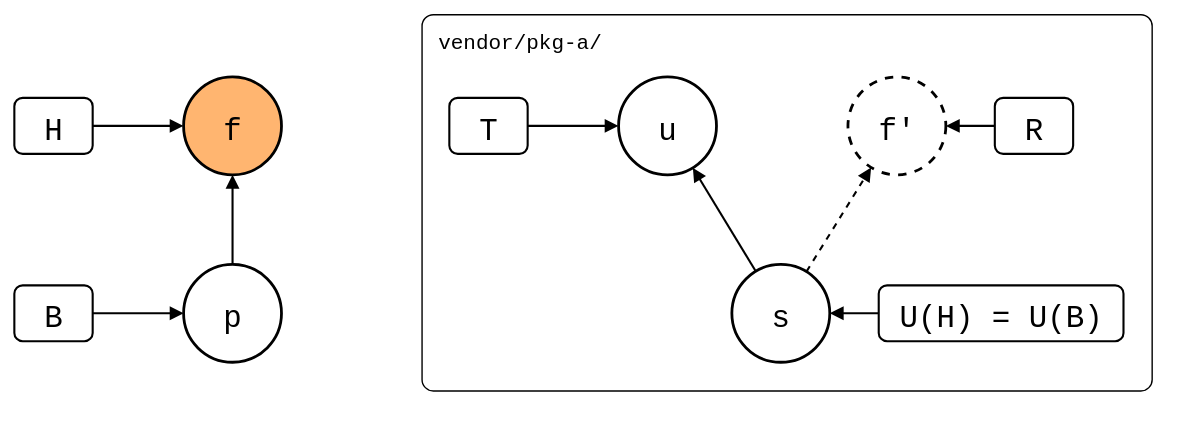
Above: test/walkthrough/diverged.drawio.svg in roschaefer/git-splice (draw.io), before the change. Source tidied: cells renumbered, new cells last; positions are measured from the earlier drawing's top-left corner, leaving out a move shared by most shapes.
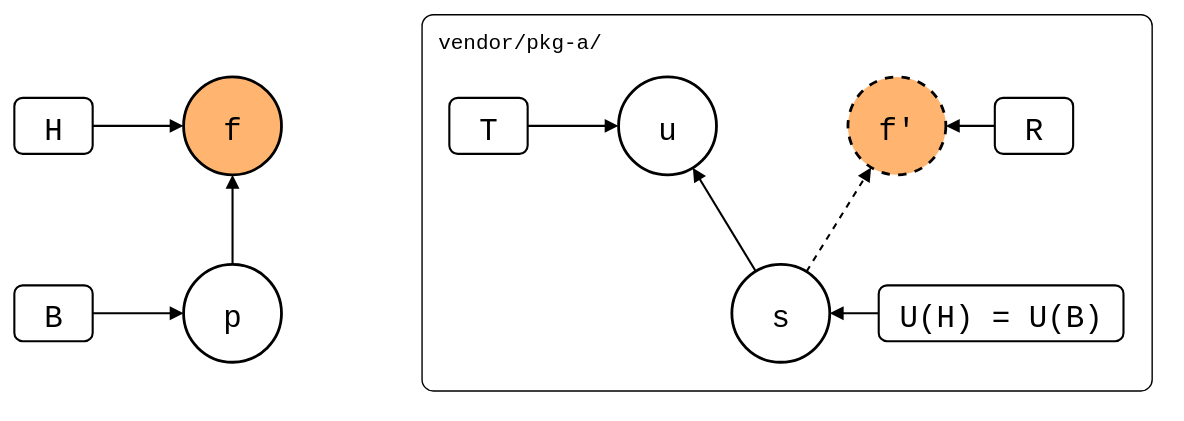
The same diagram one commit later.

The edit, as a diff of the source:
```diff
@@ -17,7 +17,7 @@
     <mxCell id="6" value="u" style="ellipse;strokeWidth=2;fontSize=22;fontFamily=Roboto Mono,monospace;" parent="1" vertex="1">
       <mxGeometry x="432" y="45" width="70" height="70" as="geometry" />
     </mxCell>
-    <mxCell id="7" value="f'" style="ellipse;strokeWidth=2;fontSize=22;fontFamily=Roboto Mono,monospace;dashed=1;" parent="1" vertex="1">
+    <mxCell id="7" value="f'" style="ellipse;strokeWidth=2;fontSize=22;fontFamily=Roboto Mono,monospace;dashed=1;fillColor=#FFB570;" parent="1" vertex="1">
       <mxGeometry x="596" y="45" width="70" height="70" as="geometry" />
     </mxCell>
     <mxCell id="8" value="H" style="rounded=1;strokeWidth=1.5;fontSize=22;fontFamily=Roboto Mono,monospace;" parent="1" vertex="1">
```
